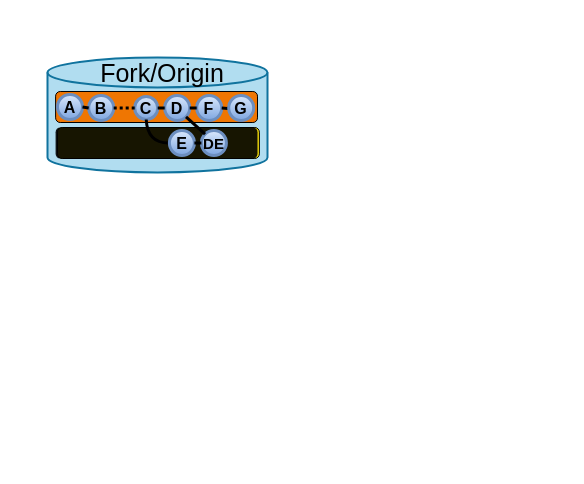
HFOSSedu/GitKit-Codespace keeps this draw.io diagram as materials/images/BaseDiagram.drawio. Above is the earlier version. Source tidied: cells renumbered, new cells numbered last; positions are measured from the earlier drawing's top-left corner, leaving out a move shared by most shapes. Both pictures are drawn from the tidied source at 100%, with x=0, y=0 at pixel (17, 17).
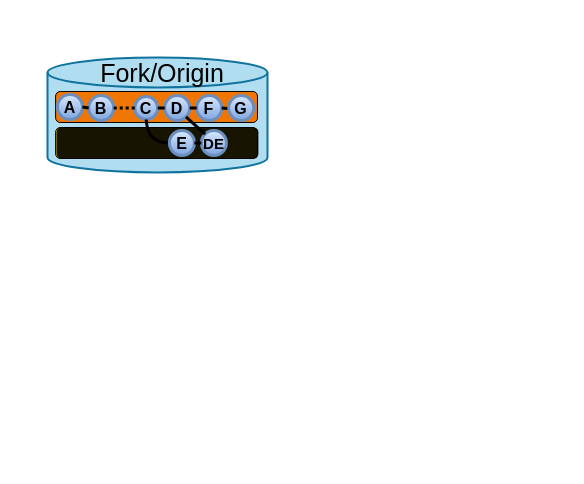
Above is the later version.

Change to the diagram source:
```diff
@@
+    <mxCell id="27" style="group;" parent="1" vertex="1">
+      <mxGeometry x="38.1" y="110" width="202.8" height="31" as="geometry" />
+    </mxCell>
-    <mxCell id="20" style="rounded=1;whiteSpace=wrap;html=1;labelBackgroundColor=#FF9933;labelBorderColor=#FF9933;fillColor=light-dark(#F0D90C,#AB7106);fontColor=#000000;strokeColor=#000000;" parent="1" vertex="1">
-      <mxGeometry x="40" y="110" width="201.9" height="31" as="geometry" />
+    <mxCell id="20" style="rounded=1;whiteSpace=wrap;html=1;labelBackgroundColor=#FF9933;labelBorderColor=#FF9933;fillColor=light-dark(#F0D90C,#AB7106);fontColor=#000000;strokeColor=#000000;" parent="27" vertex="1">
+      <mxGeometry width="201.9" height="31" as="geometry" />
     </mxCell>
+    <mxCell id="22" style="rounded=1;whiteSpace=wrap;html=1;labelBackgroundColor=none;labelBorderColor=none;fillColor=light-dark(#000000,#000000);fontColor=light-dark(#FFFFFF,#000000);strokeColor=none;fillStyle=cross-hatch;opacity=90;fontSize=20;" parent="27" vertex="1">
+      <mxGeometry x="0.9" width="201.9" height="31" as="geometry" />
+    </mxCell>
@@
-    <mxCell id="22" style="rounded=1;whiteSpace=wrap;html=1;labelBackgroundColor=none;labelBorderColor=none;fillColor=light-dark(#000000,#000000);fontColor=light-dark(#FFFFFF,#000000);strokeColor=none;fillStyle=cross-hatch;opacity=90;fontSize=20;" parent="1" vertex="1">
-      <mxGeometry x="38.1" y="110" width="201.9" height="31" as="geometry" />
-    </mxCell>
```
